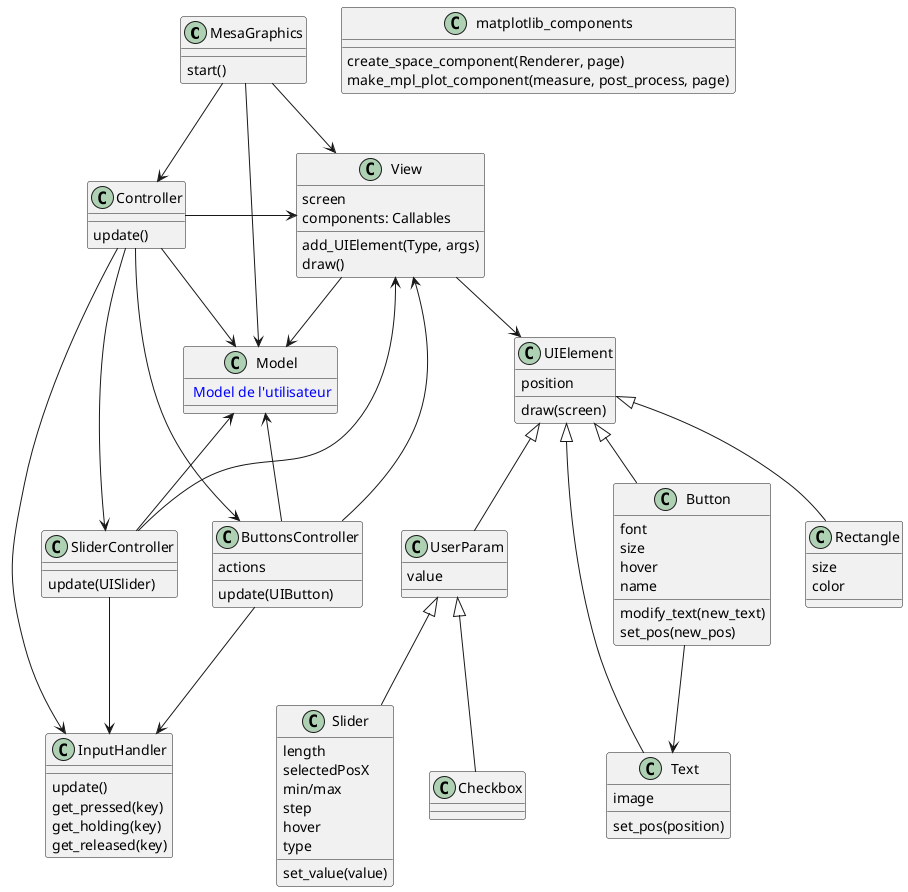
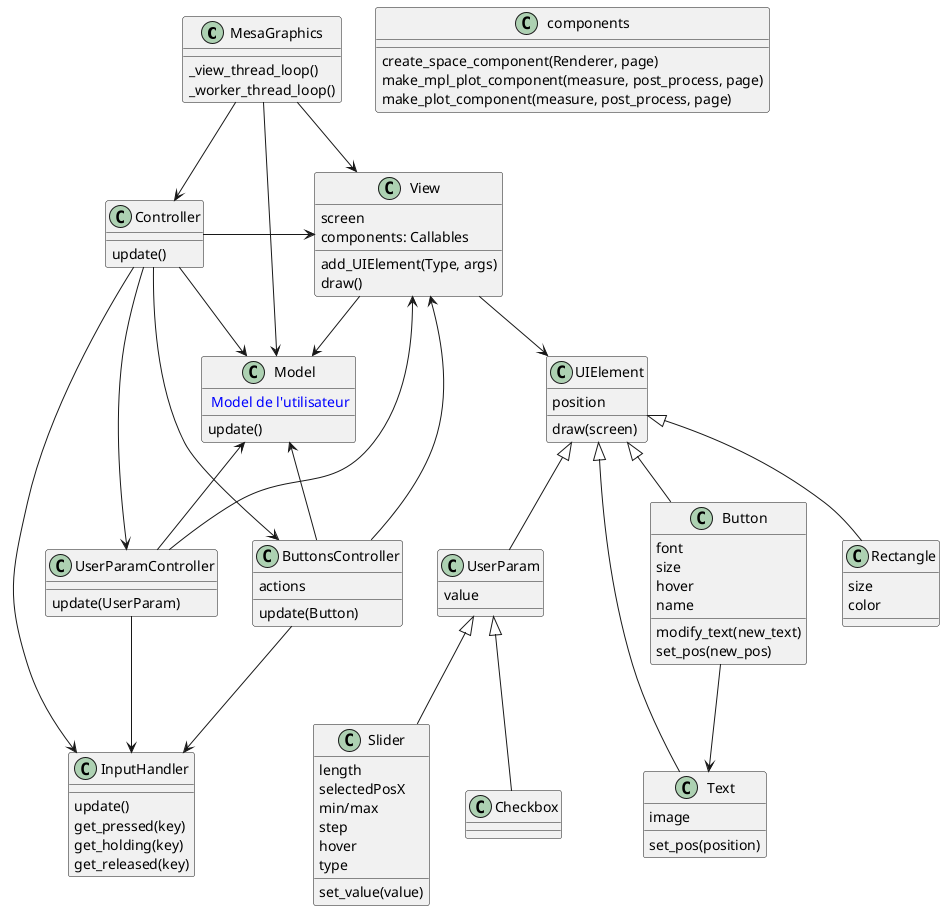
@startuml

class MesaGraphics
- MesaGraphics : start()
+ MesaGraphics : _view_thread_loop()
+ MesaGraphics : _worker_thread_loop()

class View
View : screen
View : components: Callables
View : add_UIElement(Type, args)
View : draw()

class Controller
Controller : update()

Controller -> View
Controller -> Model
View --> Model

MesaGraphics --> View
MesaGraphics --> Controller
MesaGraphics --> Model

/' ########## Controller part ########## '/

class InputHandler
InputHandler : update()
InputHandler : get_pressed(key)
InputHandler : get_holding(key)
InputHandler : get_released(key)

Controller --> InputHandler

class ButtonsController
ButtonsController : actions
- ButtonsController : update(UIButton)
+ ButtonsController : update(Button)
Controller --> ButtonsController
View <-- ButtonsController
Model <-- ButtonsController
ButtonsController --> InputHandler


- class SliderController
- SliderController : update(UISlider)
- Controller --> SliderController
- View <-- SliderController
- Model <-- SliderController
- SliderController --> InputHandler
+ class UserParamController
+ UserParamController : update(UserParam)
+ Controller --> UserParamController
+ View <-- UserParamController
+ Model <-- UserParamController
+ UserParamController --> InputHandler

/' ########## Model part ########## '/

class Model
Model : <color:blue> Model de l'utilisateur
+ Model : update()

/' ##########  View part ########## '/


class UIElement
UIElement : position
UIElement : draw(screen)
View --> UIElement

class Rectangle
UIElement <|-- Rectangle
Rectangle : size
Rectangle : color

class Text
Text : image
Text : set_pos(position)
UIElement <|-- Text

class Button
Button : font
Button : size
Button : hover
Button : name
Button : modify_text(new_text)
Button : set_pos(new_pos)
UIElement <|-- Button
Button --> Text

class UserParam
UserParam : value
UIElement <|-- UserParam

class Slider
Slider : length
Slider : selectedPosX
Slider : min/max
Slider : step
Slider : hover
Slider : type
Slider : set_value(value)
UserParam <|-- Slider

class Checkbox
UserParam <|-- Checkbox


- class matplotlib_components
- matplotlib_components : create_space_component(Renderer, page)
- matplotlib_components : make_mpl_plot_component(measure, post_process, page)
+ class components
+ components : create_space_component(Renderer, page)
+ components : make_mpl_plot_component(measure, post_process, page)
+ components : make_plot_component(measure, post_process, page)

@enduml